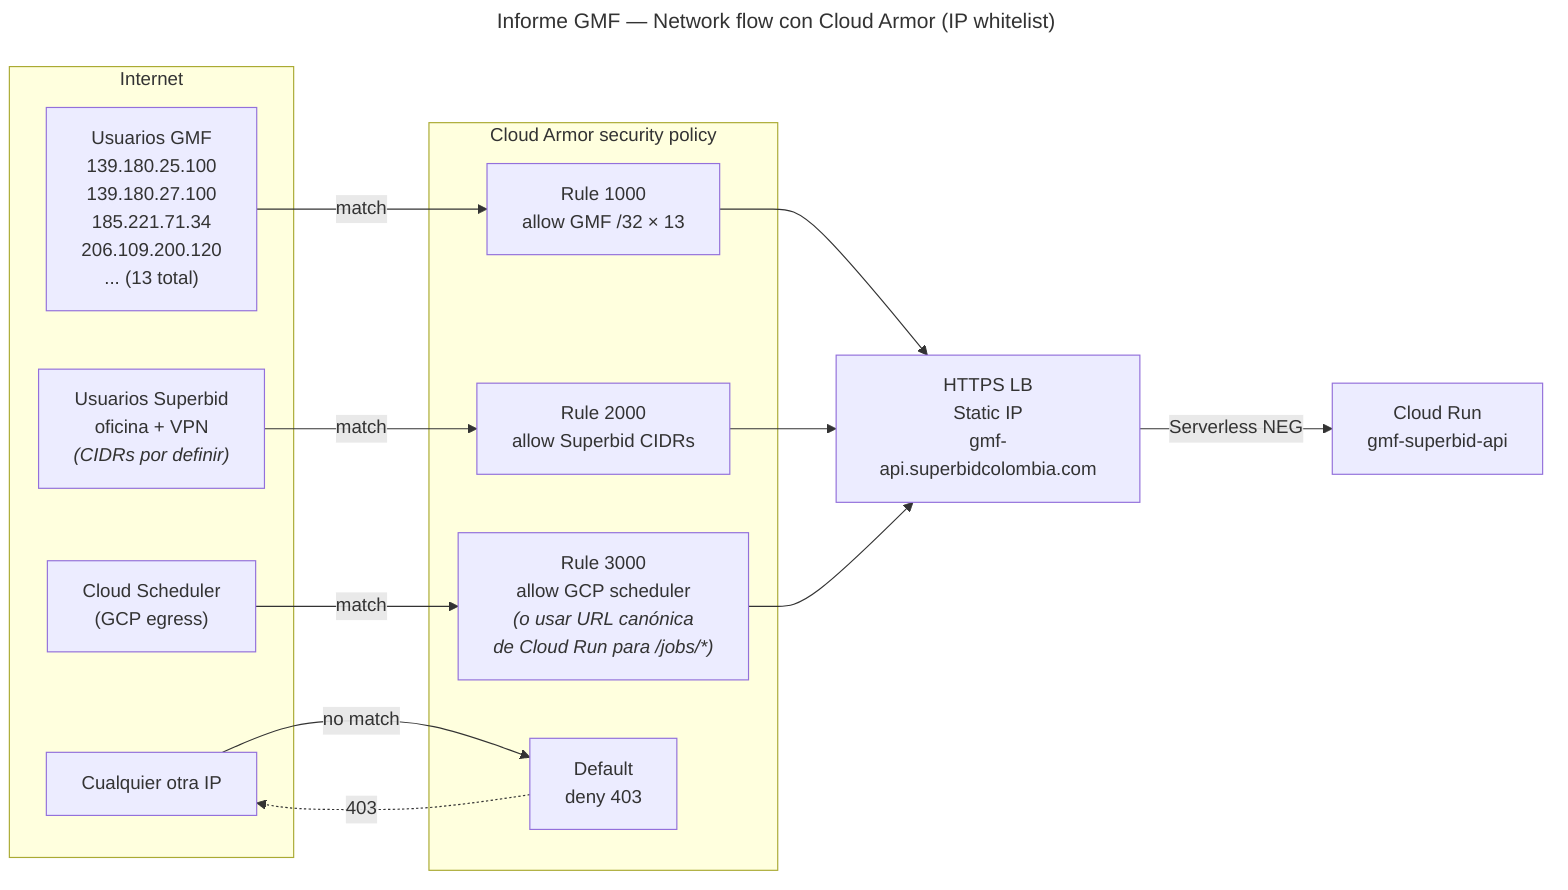
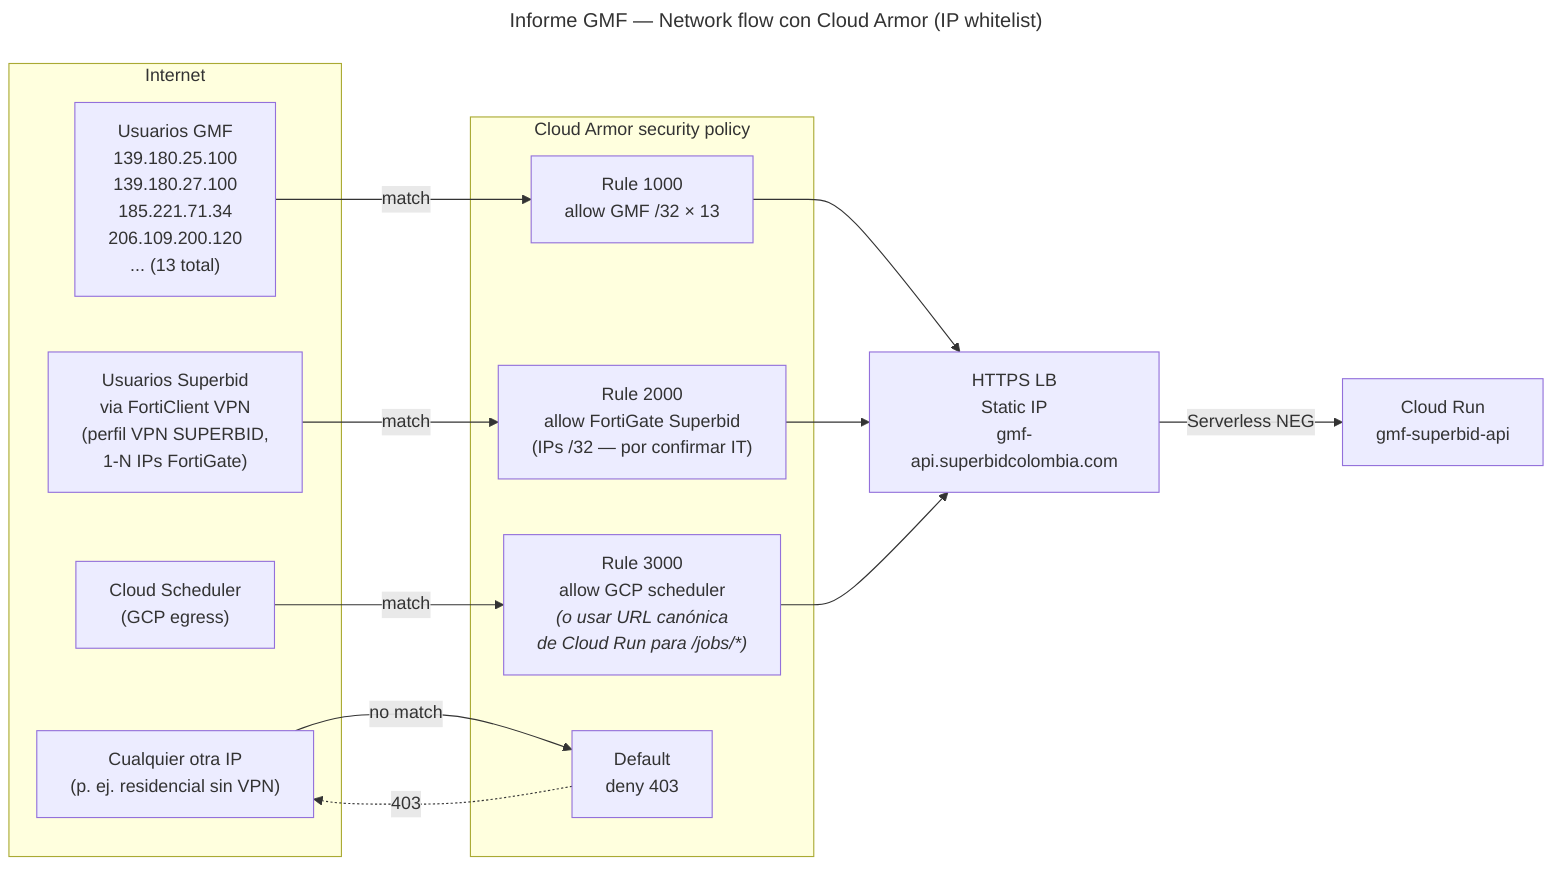
---
title: Informe GMF — Network flow con Cloud Armor (IP whitelist)
---
flowchart LR
    subgraph internet["Internet"]
        gmf["Usuarios GMF<br/>139.180.25.100<br/>139.180.27.100<br/>185.221.71.34<br/>206.109.200.120<br/>... (13 total)"]
-         sb["Usuarios Superbid<br/>oficina + VPN<br/><i>(CIDRs por definir)</i>"]
+         sb["Usuarios Superbid<br/>via FortiClient VPN<br/>(perfil VPN SUPERBID,<br/>1-N IPs FortiGate)"]
        scheduler["Cloud Scheduler<br/>(GCP egress)"]
-         else["Cualquier otra IP"]
+         else["Cualquier otra IP<br/>(p. ej. residencial sin VPN)"]
    end

    subgraph policy["Cloud Armor security policy"]
        r1["Rule 1000<br/>allow GMF /32 × 13"]
-         r2["Rule 2000<br/>allow Superbid CIDRs"]
+         r2["Rule 2000<br/>allow FortiGate Superbid<br/>(IPs /32 — por confirmar IT)"]
        r3["Rule 3000<br/>allow GCP scheduler<br/><i>(o usar URL canónica<br/>de Cloud Run para /jobs/*)</i>"]
        rd["Default<br/>deny 403"]
    end

    lb["HTTPS LB<br/>Static IP<br/>gmf-api.superbidcolombia.com"]
    cr["Cloud Run<br/>gmf-superbid-api"]

    gmf -->|match| r1
    sb -->|match| r2
    scheduler -->|match| r3
    else -->|no match| rd
    r1 --> lb
    r2 --> lb
    r3 --> lb
    rd -.->|"403"| else
    lb -->|Serverless NEG| cr
